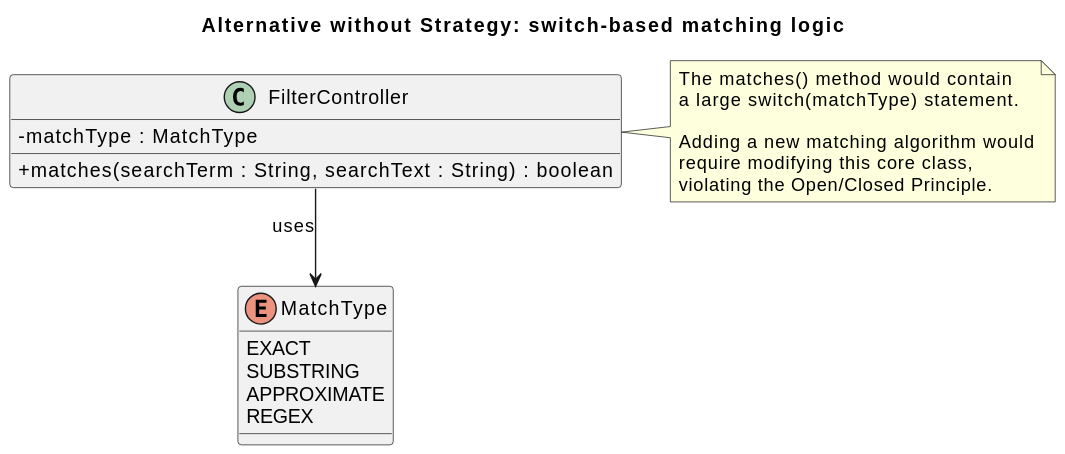
Above: doc/deliverables/puml/strategy_switch_alternative.svg in SWD-ARCH-Group-Team-22/project (PlantUML), before the change. The source it was exported from:
```plantuml
@startuml
title Alternative without Strategy: switch-based matching logic

skinparam classAttributeIconSize 0
skinparam shadowing false
skinparam linetype ortho

enum MatchType {
  EXACT
  SUBSTRING
  APPROXIMATE
  REGEX
}

class FilterController {
  - matchType : MatchType
  + matches(searchTerm : String, searchText : String) : boolean
}

FilterController --> MatchType : uses

note right of FilterController
  The matches() method would contain
  a large switch(matchType) statement.

  Adding a new matching algorithm would
  require modifying this core class,
  violating the Open/Closed Principle.
end note
@enduml
```
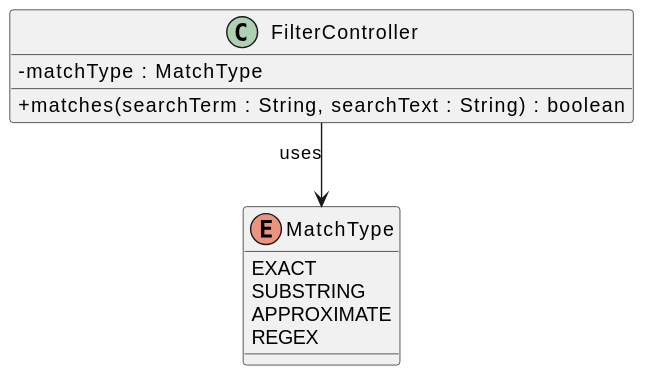
The same diagram one commit later.

What changed in the source:
```diff
@@ -1,6 +1,4 @@
 @startuml
-title Alternative without Strategy: switch-based matching logic
-
 skinparam classAttributeIconSize 0
 skinparam shadowing false
 skinparam linetype ortho
@@ -18,13 +16,4 @@
 }
 
 FilterController --> MatchType : uses
-
-note right of FilterController
-  The matches() method would contain
-  a large switch(matchType) statement.
-
-  Adding a new matching algorithm would
-  require modifying this core class,
-  violating the Open/Closed Principle.
-end note
 @enduml
```
